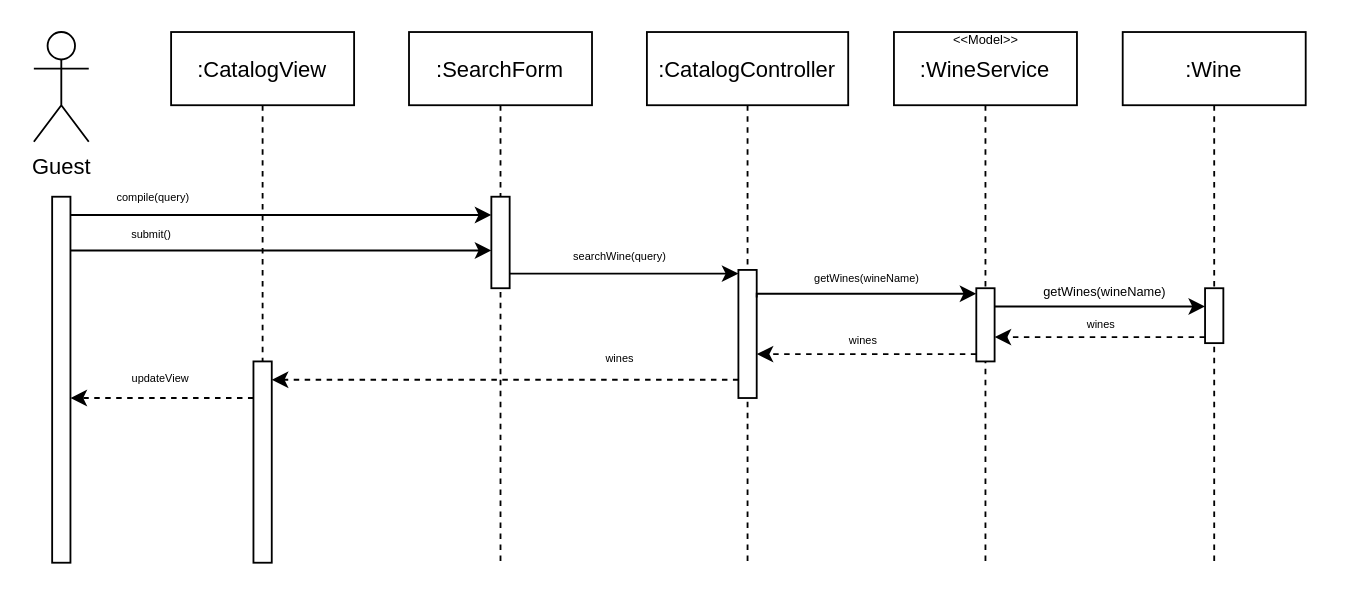
Gprisco/winer-unisa keeps this draw.io diagram as page "Cerca" (2 of 3) of Docs/Requirements Analysis/Diagrams/Sequence Diagrams/Catalogo/Winer.Catalogo.drawio. Above is the earlier version. Source tidied: cells renumbered, new cells numbered last; positions are measured from the earlier drawing's top-left corner, leaving out a move shared by most shapes. Both pictures are drawn from the tidied source at 183%, with x=0, y=0 at pixel (33, 31).
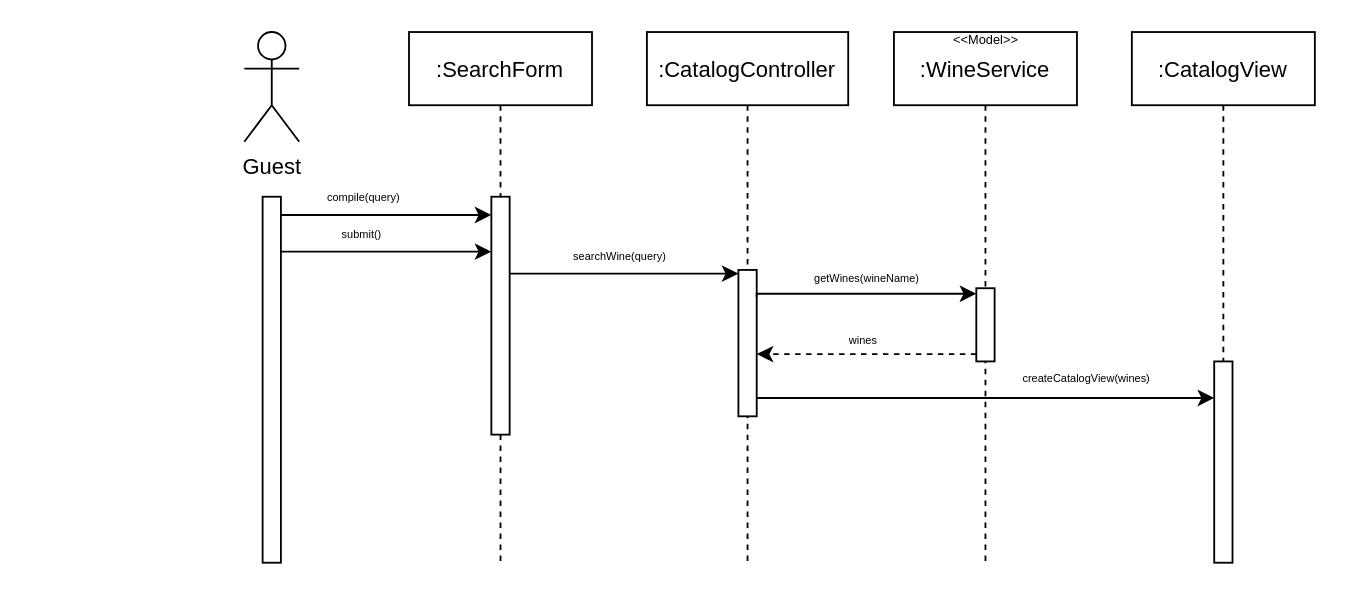
After the change.

Unchanged cells that the change refers to:
```xml
<mxCell id="2" value=":SearchForm" style="shape=umlLifeline;perimeter=lifelinePerimeter;rounded=0;shadow=0;strokeWidth=1;" parent="1" vertex="1">
  <mxGeometry x="205" width="100" height="290" as="geometry" />
</mxCell>
<mxCell id="7" value=":CatalogController" style="shape=umlLifeline;perimeter=lifelinePerimeter;rounded=0;shadow=0;strokeWidth=1;" parent="1" vertex="1">
  <mxGeometry x="335" width="110" height="290" as="geometry" />
</mxCell>
<mxCell id="11" style="points=[];perimeter=orthogonalPerimeter;rounded=0;shadow=0;strokeWidth=1;" parent="10" vertex="1">
  <mxGeometry x="45" y="140" width="10" height="40" as="geometry" />
</mxCell>
<mxCell id="30" style="points=[];perimeter=orthogonalPerimeter;rounded=0;shadow=0;strokeWidth=1;" parent="29" vertex="1">
  <mxGeometry x="45" y="180" width="10" height="110" as="geometry" />
</mxCell>
```

Diff of the diagram source:
```diff
@@
     <mxCell id="3" style="points=[];perimeter=orthogonalPerimeter;rounded=0;shadow=0;strokeWidth=1;" parent="2" vertex="1">
-      <mxGeometry x="45" y="90" width="10" height="50" as="geometry" />
+      <mxGeometry x="45" y="90" width="10" height="130" as="geometry" />
     </mxCell>
     <mxCell id="4" value="Guest" style="shape=umlActor;verticalLabelPosition=bottom;verticalAlign=top;html=1;" parent="1" vertex="1">
-      <mxGeometry width="30" height="60" as="geometry" />
+      <mxGeometry x="115" width="30" height="60" as="geometry" />
     </mxCell>
     <mxCell id="5" style="edgeStyle=orthogonalEdgeStyle;rounded=0;jettySize=auto;html=1;" parent="1" edge="1" source="6" target="3">
       <mxGeometry relative="1" as="geometry">
         <Array as="points">
-          <mxPoint x="95" y="100" />
-          <mxPoint x="95" y="100" />
+          <mxPoint x="210" y="100" />
+          <mxPoint x="210" y="100" />
         </Array>
       </mxGeometry>
     </mxCell>
+    <mxCell id="33" style="edgeStyle=orthogonalEdgeStyle;rounded=0;jettySize=auto;html=1;" parent="1" edge="1" source="6" target="3">
+      <mxGeometry relative="1" as="geometry">
+        <Array as="points">
+          <mxPoint x="220" y="120" />
+          <mxPoint x="220" y="120" />
+        </Array>
+      </mxGeometry>
+    </mxCell>
     <mxCell id="6" style="points=[];perimeter=orthogonalPerimeter;rounded=0;shadow=0;strokeWidth=1;" parent="1" vertex="1">
-      <mxGeometry x="10" y="90" width="10" height="200" as="geometry" />
+      <mxGeometry x="125" y="90" width="10" height="200" as="geometry" />
     </mxCell>
@@
     <mxCell id="8" style="points=[];perimeter=orthogonalPerimeter;rounded=0;shadow=0;strokeWidth=1;" parent="7" vertex="1">
-      <mxGeometry x="50" y="130" width="10" height="70" as="geometry" />
+      <mxGeometry x="50" y="130" width="10" height="80" as="geometry" />
     </mxCell>
     <mxCell id="9" value="compile(query)" style="text;html=1;align=center;verticalAlign=middle;strokeColor=none;fillColor=none;fontSize=6;" parent="1" vertex="1">
-      <mxGeometry x="35" y="86" width="60" height="10" as="geometry" />
+      <mxGeometry x="150" y="86" width="60" height="10" as="geometry" />
     </mxCell>
@@
     <mxCell id="15" value="submit()" style="text;html=1;align=center;verticalAlign=middle;strokeColor=none;fillColor=none;fontSize=6;" parent="1" vertex="1">
-      <mxGeometry x="44" y="106.4" width="40" height="10" as="geometry" />
+      <mxGeometry x="159" y="106.4" width="40" height="10" as="geometry" />
     </mxCell>
-    <mxCell id="16" style="edgeStyle=orthogonalEdgeStyle;rounded=0;jettySize=auto;html=1;" parent="1" edge="1" target="3">
-      <mxGeometry relative="1" as="geometry">
-        <mxPoint x="20" y="119.4" as="sourcePoint" />
-        <Array as="points">
-          <mxPoint x="195" y="119" />
-          <mxPoint x="195" y="119" />
-        </Array>
-      </mxGeometry>
-    </mxCell>
@@
-    <mxCell id="21" value="wines" style="text;html=1;align=center;verticalAlign=middle;strokeColor=none;fillColor=none;fontSize=6;" parent="1" vertex="1">
-      <mxGeometry x="305" y="174" width="30" height="10" as="geometry" />
-    </mxCell>
-    <mxCell id="22" style="edgeStyle=orthogonalEdgeStyle;rounded=0;jettySize=auto;html=1;dashed=1;" parent="1" edge="1" source="8" target="30">
-      <mxGeometry relative="1" as="geometry">
-        <Array as="points">
-          <mxPoint x="325" y="190" />
-          <mxPoint x="325" y="190" />
-        </Array>
-      </mxGeometry>
-    </mxCell>
-    <mxCell id="23" value=":Wine" style="shape=umlLifeline;perimeter=lifelinePerimeter;rounded=0;shadow=0;strokeWidth=1;" parent="1" vertex="1">
-      <mxGeometry x="595" width="100" height="290" as="geometry" />
-    </mxCell>
-    <mxCell id="24" style="points=[];perimeter=orthogonalPerimeter;rounded=0;shadow=0;strokeWidth=1;" parent="23" vertex="1">
-      <mxGeometry x="45" y="140" width="10" height="30" as="geometry" />
-    </mxCell>
-    <mxCell id="25" value="wines" style="text;html=1;align=center;verticalAlign=middle;strokeColor=none;fillColor=none;fontSize=6;" parent="23" vertex="1">
-      <mxGeometry x="-27" y="154.7" width="30" height="10" as="geometry" />
-    </mxCell>
-    <mxCell id="26" style="edgeStyle=orthogonalEdgeStyle;rounded=0;orthogonalLoop=1;jettySize=auto;html=1;dashed=1;" parent="23" edge="1">
-      <mxGeometry relative="1" as="geometry">
-        <mxPoint x="45" y="166.7" as="sourcePoint" />
-        <mxPoint x="-70" y="166.7" as="targetPoint" />
-        <Array as="points">
-          <mxPoint x="-12" y="167" />
-        </Array>
-      </mxGeometry>
-    </mxCell>
-    <mxCell id="27" style="edgeStyle=orthogonalEdgeStyle;rounded=0;jettySize=auto;html=1;fontSize=7;" parent="1" edge="1" source="11" target="24">
-      <mxGeometry relative="1" as="geometry">
-        <Array as="points">
-          <mxPoint x="585" y="150" />
-          <mxPoint x="585" y="150" />
-        </Array>
-      </mxGeometry>
-    </mxCell>
-    <mxCell id="28" value="getWines(wineName)" style="text;html=1;align=center;verticalAlign=middle;strokeColor=none;fillColor=none;fontSize=7;" parent="1" vertex="1">
-      <mxGeometry x="545" y="138" width="80" height="10" as="geometry" />
-    </mxCell>
     <mxCell id="29" value=":CatalogView" style="shape=umlLifeline;perimeter=lifelinePerimeter;rounded=0;shadow=0;strokeWidth=1;" parent="1" vertex="1">
-      <mxGeometry x="75" width="100" height="290" as="geometry" />
+      <mxGeometry x="600" width="100" height="290" as="geometry" />
     </mxCell>
@@
-    <mxCell id="31" style="edgeStyle=orthogonalEdgeStyle;rounded=0;jettySize=auto;html=1;dashed=1;" parent="29" edge="1" source="30">
-      <mxGeometry relative="1" as="geometry">
-        <mxPoint x="-55" y="200" as="targetPoint" />
-        <Array as="points">
-          <mxPoint x="-55" y="200" />
-        </Array>
-      </mxGeometry>
-    </mxCell>
-    <mxCell id="32" value="updateView" style="text;html=1;align=center;verticalAlign=middle;strokeColor=none;fillColor=none;fontSize=6;" parent="1" vertex="1">
-      <mxGeometry x="44" y="185" width="50" height="10" as="geometry" />
-    </mxCell>
+    <mxCell id="22" style="edgeStyle=orthogonalEdgeStyle;rounded=0;jettySize=auto;html=1;" parent="1" edge="1" source="8" target="30">
+      <mxGeometry relative="1" as="geometry">
+        <Array as="points">
+          <mxPoint x="580" y="200" />
+          <mxPoint x="580" y="200" />
+        </Array>
+      </mxGeometry>
+    </mxCell>
+    <mxCell id="34" value="createCatalogView(wines)" style="text;html=1;align=center;verticalAlign=middle;strokeColor=none;fillColor=none;fontSize=6;" parent="1" vertex="1">
+      <mxGeometry x="530" y="185" width="90" height="10" as="geometry" />
+    </mxCell>
```
